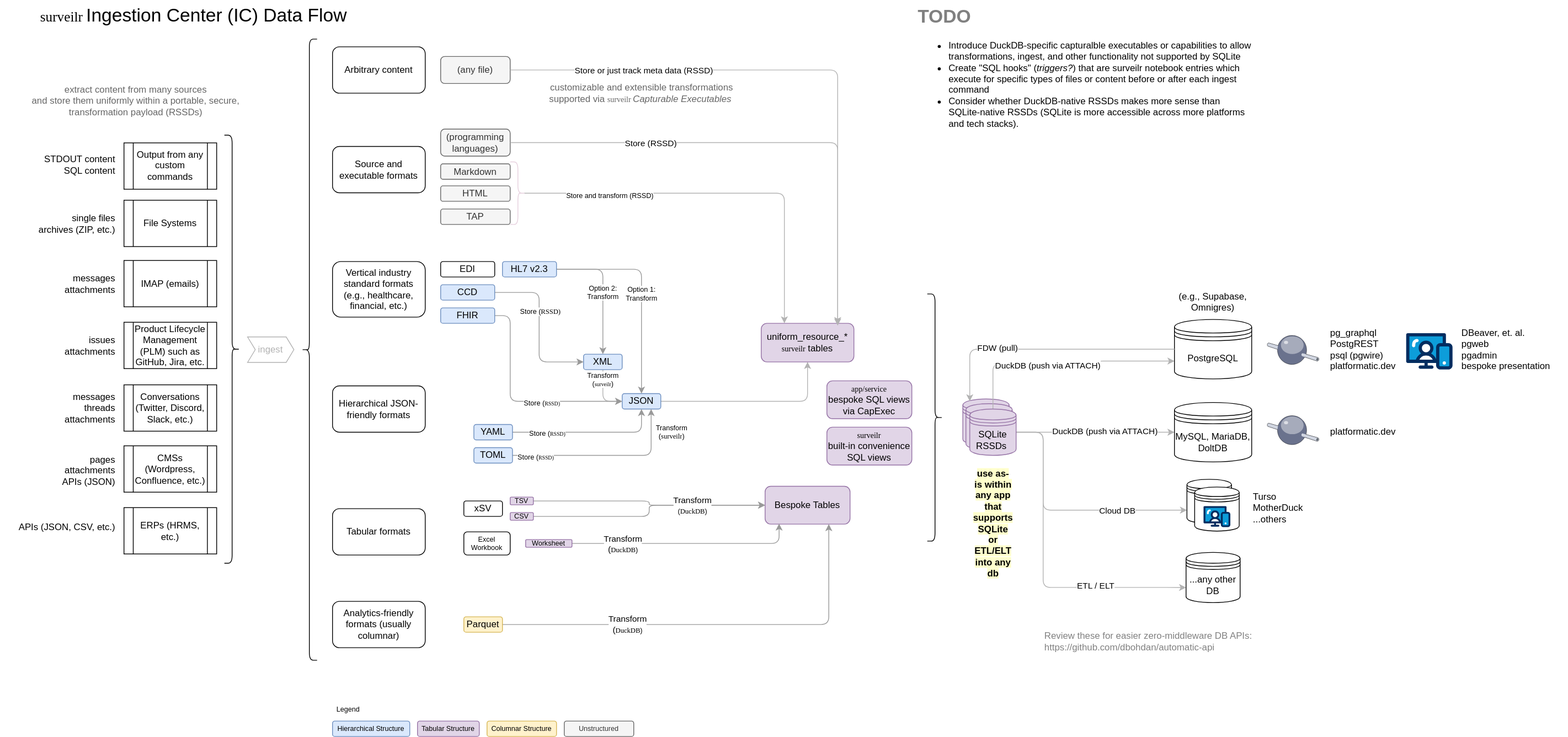
The draw.io diagram public/surveilr-ingestion-data-flow.drawio.svg in opsfolio/docs.opsfolio.com, before a commit. Source tidied: cells renumbered, new cells last; positions are measured from the earlier drawing's top-left corner, leaving out a move shared by most shapes.
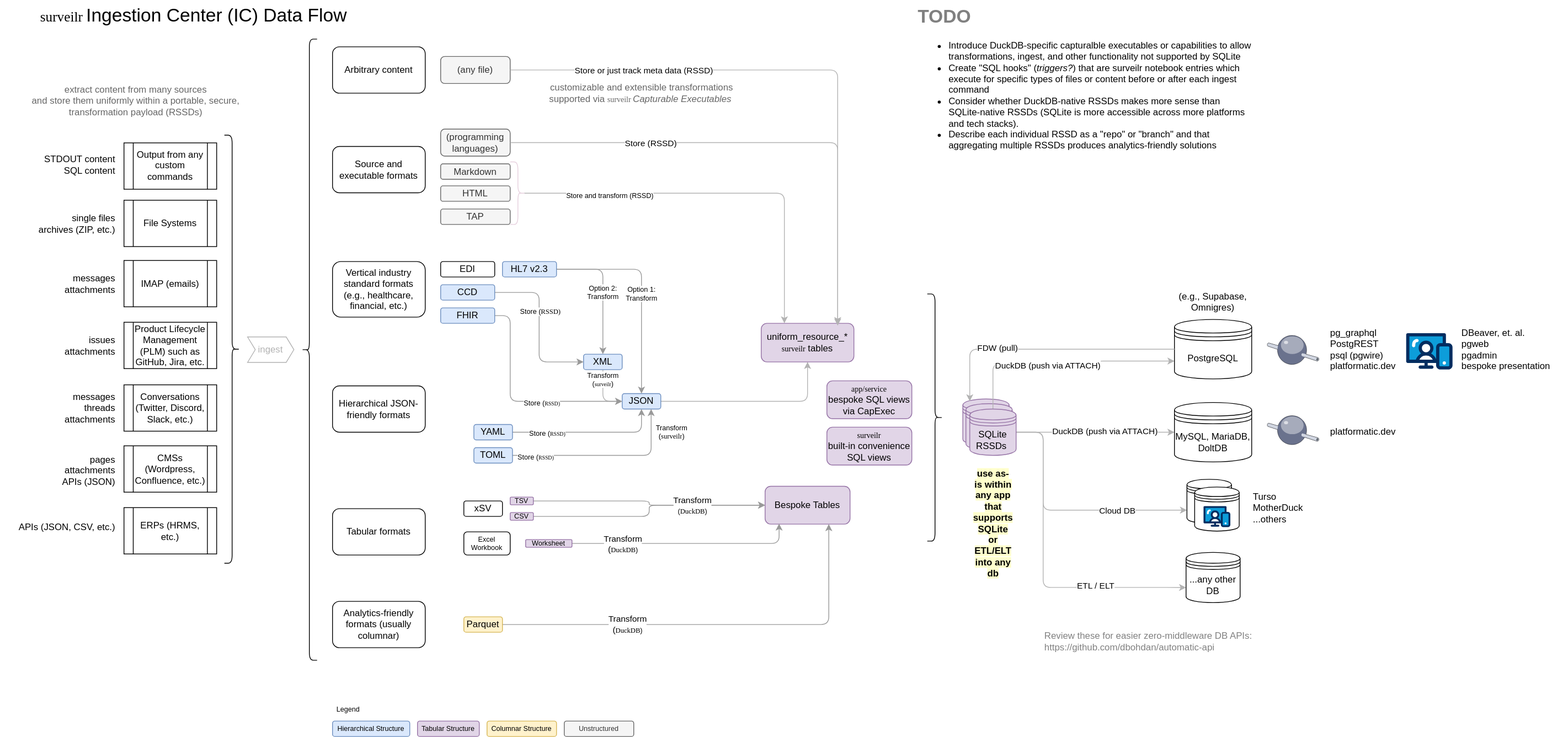
After the change.

Commit message:
add repo/branch remarks

Diff of the diagram source:
```diff
@@ -269,8 +269,8 @@
     <mxCell id="82" value="customizable and extensible transformations&lt;div&gt;supported via &lt;font style=&quot;font-size: 10px;&quot; face=&quot;Lucida Console&quot;&gt;surveilr &lt;/font&gt;&lt;i&gt;Capturable Executables&lt;/i&gt;&amp;nbsp;&lt;/div&gt;" style="text;html=1;align=center;verticalAlign=middle;strokeColor=none;fillColor=none;fontColor=#666666;" parent="1" vertex="1">
       <mxGeometry x="690" y="100" width="280" height="40" as="geometry" />
     </mxCell>
-    <mxCell id="83" value="&lt;h1 style=&quot;margin-top: 0px;&quot;&gt;&lt;font color=&quot;#808080&quot;&gt;TODO&lt;/font&gt;&lt;/h1&gt;&lt;p&gt;&lt;/p&gt;&lt;ul&gt;&lt;li&gt;Introduce DuckDB-specific capturalble executables or capabilities to allow transformations, ingest, and other functionality not supported by SQLite&lt;/li&gt;&lt;li&gt;Create &quot;SQL hooks&quot; (&lt;i&gt;triggers?&lt;/i&gt;) that are surveilr notebook entries which execute for specific types of files or content before or after each ingest command&lt;/li&gt;&lt;li&gt;Consider whether DuckDB-native RSSDs makes more sense than SQLite-native RSSDs (SQLite is more accessible across more platforms and tech stacks).&lt;/li&gt;&lt;/ul&gt;&lt;p&gt;&lt;/p&gt;" style="text;html=1;whiteSpace=wrap;overflow=hidden;rounded=0;" parent="1" vertex="1">
-      <mxGeometry x="1186" width="434" height="170" as="geometry" />
+    <mxCell id="83" value="&lt;h1 style=&quot;margin-top: 0px;&quot;&gt;&lt;font color=&quot;#808080&quot;&gt;TODO&lt;/font&gt;&lt;/h1&gt;&lt;p&gt;&lt;/p&gt;&lt;ul&gt;&lt;li&gt;Introduce DuckDB-specific capturalble executables or capabilities to allow transformations, ingest, and other functionality not supported by SQLite&lt;/li&gt;&lt;li&gt;Create &quot;SQL hooks&quot; (&lt;i&gt;triggers?&lt;/i&gt;) that are surveilr notebook entries which execute for specific types of files or content before or after each ingest command&lt;/li&gt;&lt;li&gt;Consider whether DuckDB-native RSSDs makes more sense than SQLite-native RSSDs (SQLite is more accessible across more platforms and tech stacks).&lt;/li&gt;&lt;li&gt;Describe each individual RSSD as a &quot;repo&quot; or &quot;branch&quot; and that aggregating multiple RSSDs produces analytics-friendly solutions&lt;/li&gt;&lt;/ul&gt;&lt;p&gt;&lt;/p&gt;" style="text;html=1;whiteSpace=wrap;overflow=hidden;rounded=0;" parent="1" vertex="1">
+      <mxGeometry x="1186" width="434" height="210" as="geometry" />
     </mxCell>
     <mxCell id="84" value="TAP" style="rounded=1;whiteSpace=wrap;html=1;fillColor=#f5f5f5;strokeColor=#666666;fontColor=#333333;" parent="1" vertex="1">
       <mxGeometry x="570" y="270" width="90" height="20" as="geometry" />
```
